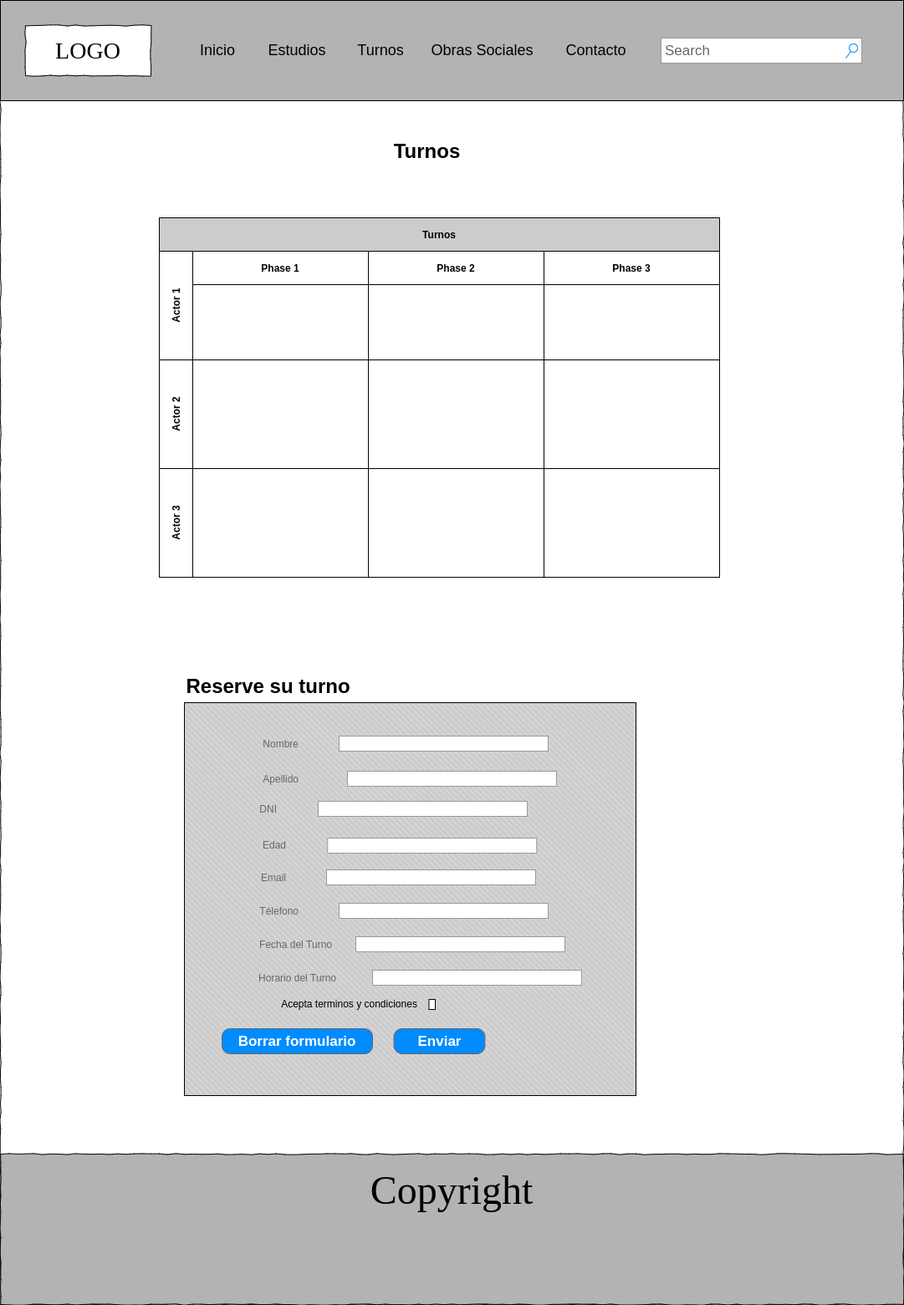
The draw.io diagram wireframes/turnos.png in andresgerz/consultorio-rx, before a commit. Source tidied: cells renumbered, new cells last; positions are measured from the earlier drawing's top-left corner, leaving out a move shared by most shapes.
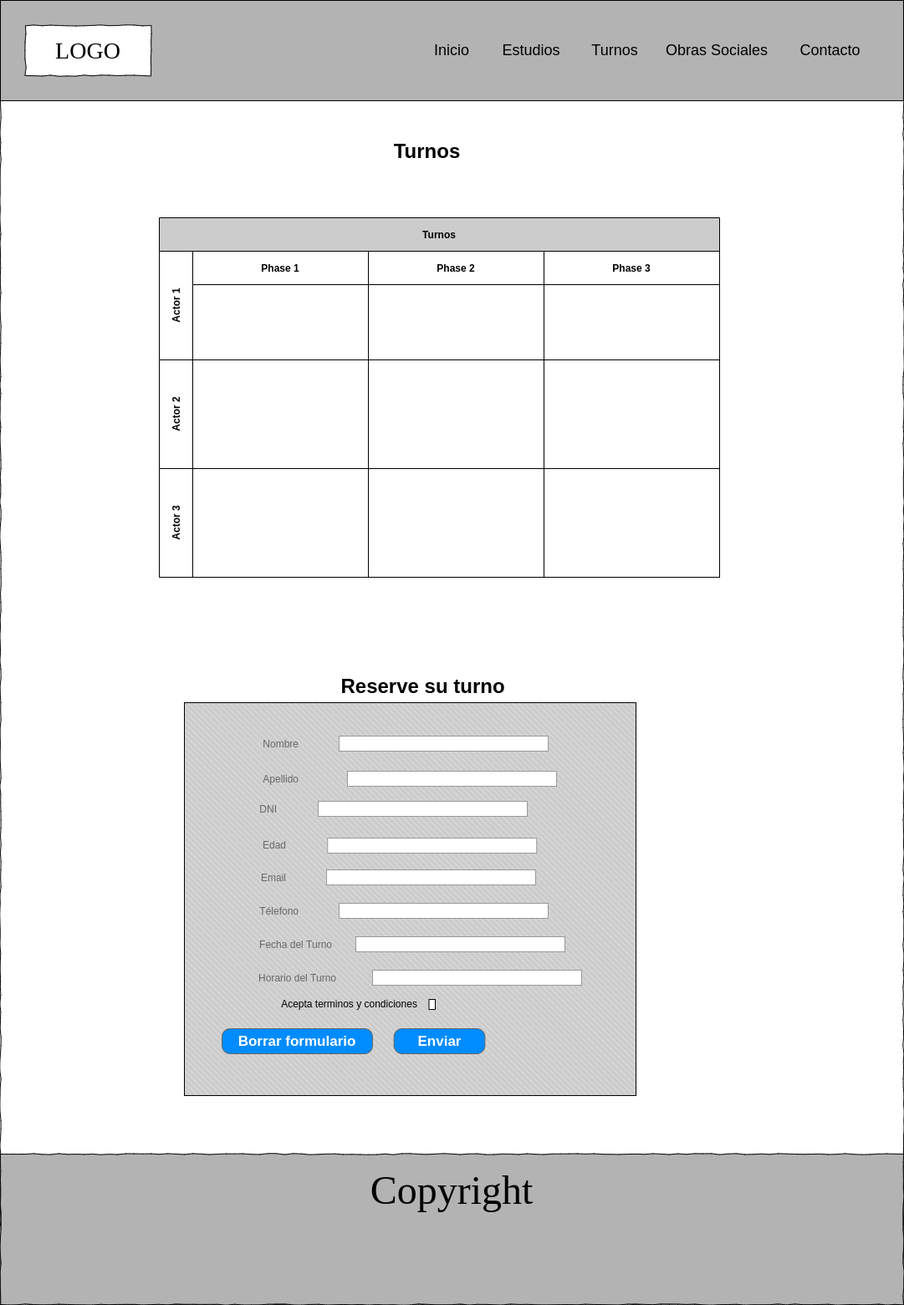
After the change.

The edit, as a diff of the source:
```diff
@@ -17,23 +17,20 @@
     <mxCell id="6" value="&lt;div style=&quot;text-align: justify&quot;&gt;&lt;span style=&quot;font-size: 48px&quot;&gt;Copyright&lt;/span&gt;&lt;/div&gt;" style="whiteSpace=wrap;html=1;rounded=0;shadow=0;labelBackgroundColor=none;strokeWidth=1;fillColor=#B3B3B3;fontFamily=Verdana;fontSize=12;align=center;verticalAlign=top;spacing=10;comic=1;" parent="1" vertex="1">
       <mxGeometry y="1380" width="1080" height="180" as="geometry" />
     </mxCell>
-    <mxCell id="7" value="Search" style="strokeWidth=1;shadow=0;dashed=0;align=center;html=1;shape=mxgraph.mockup.forms.searchBox;strokeColor=#999999;mainText=;strokeColor2=#008cff;fontColor=#666666;fontSize=17;align=left;spacingLeft=3;" parent="1" vertex="1">
-      <mxGeometry x="790" y="45" width="240" height="30" as="geometry" />
-    </mxCell>
     <mxCell id="8" value="Inicio" style="text;html=1;strokeColor=none;fillColor=none;align=center;verticalAlign=middle;whiteSpace=wrap;rounded=0;fontSize=18;" parent="1" vertex="1">
-      <mxGeometry x="240" y="50" width="40" height="20" as="geometry" />
+      <mxGeometry x="520" y="50" width="40" height="20" as="geometry" />
     </mxCell>
     <mxCell id="9" value="Estudios" style="text;html=1;strokeColor=none;fillColor=none;align=center;verticalAlign=middle;whiteSpace=wrap;rounded=0;fontSize=18;" parent="1" vertex="1">
-      <mxGeometry x="320" y="50" width="70" height="20" as="geometry" />
+      <mxGeometry x="600" y="50" width="70" height="20" as="geometry" />
     </mxCell>
     <mxCell id="10" value="Turnos" style="text;html=1;strokeColor=none;fillColor=none;align=center;verticalAlign=middle;whiteSpace=wrap;rounded=0;fontSize=18;" parent="1" vertex="1">
-      <mxGeometry x="430" y="50" width="50" height="20" as="geometry" />
+      <mxGeometry x="710" y="50" width="50" height="20" as="geometry" />
     </mxCell>
     <mxCell id="11" value="Obras Sociales" style="text;html=1;strokeColor=none;fillColor=none;align=center;verticalAlign=middle;whiteSpace=wrap;rounded=0;fontSize=18;" parent="1" vertex="1">
-      <mxGeometry x="512.5" y="50" width="127.5" height="20" as="geometry" />
+      <mxGeometry x="792.5" y="50" width="127.5" height="20" as="geometry" />
     </mxCell>
     <mxCell id="12" value="Contacto" style="text;html=1;strokeColor=none;fillColor=none;align=center;verticalAlign=middle;whiteSpace=wrap;rounded=0;fontSize=18;" parent="1" vertex="1">
-      <mxGeometry x="675" y="50" width="75" height="20" as="geometry" />
+      <mxGeometry x="955" y="50" width="75" height="20" as="geometry" />
     </mxCell>
     <mxCell id="13" value="Nombre" style="strokeWidth=1;shadow=0;dashed=0;align=center;html=1;shape=mxgraph.mockup.forms.anchor;align=right;spacingRight=2;fontColor=#666666;" parent="1" vertex="1">
       <mxGeometry x="310" y="880" width="50" height="18" as="geometry" />
@@ -96,7 +93,7 @@
       <mxGeometry x="460" y="160" width="100" height="40" as="geometry" />
     </mxCell>
     <mxCell id="33" value="Reserve su turno" style="text;strokeColor=none;fillColor=none;html=1;fontSize=24;fontStyle=1;verticalAlign=middle;align=center;" parent="1" vertex="1">
-      <mxGeometry x="270" y="800" width="100" height="40" as="geometry" />
+      <mxGeometry x="455" y="800" width="100" height="40" as="geometry" />
     </mxCell>
     <mxCell id="34" style="strokeWidth=1;shadow=0;dashed=0;align=center;html=1;shape=mxgraph.mockup.forms.rrect;fillColor=#ffffff;rSize=0;fontColor=#666666;align=left;spacingLeft=3;strokeColor=#999999;" parent="1" vertex="1">
       <mxGeometry x="390" y="1040" width="250" height="18" as="geometry" />
```
